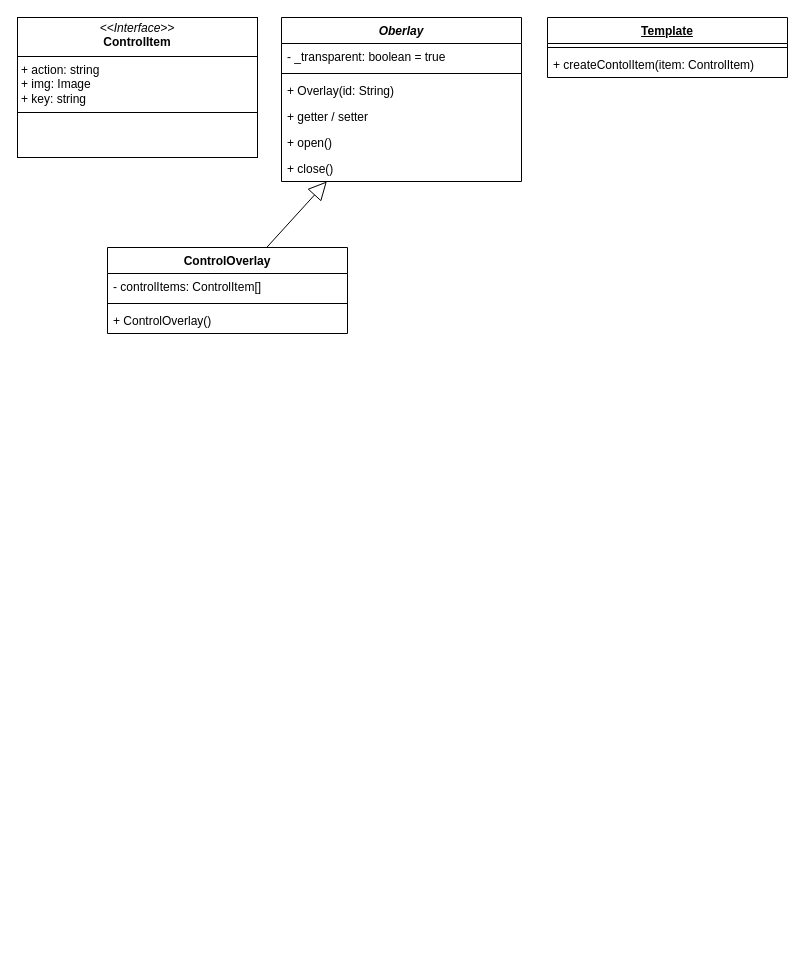
Above: docs/issue/136-diagram.drawio in elma1989/el-pollo-loco (draw.io), before the change. Source tidied: cells renumbered, new cells numbered last; positions are measured from the earlier drawing's top-left corner, leaving out a move shared by most shapes. Both pictures are drawn from the tidied source at 100%, with x=0, y=0 at pixel (17, 17).
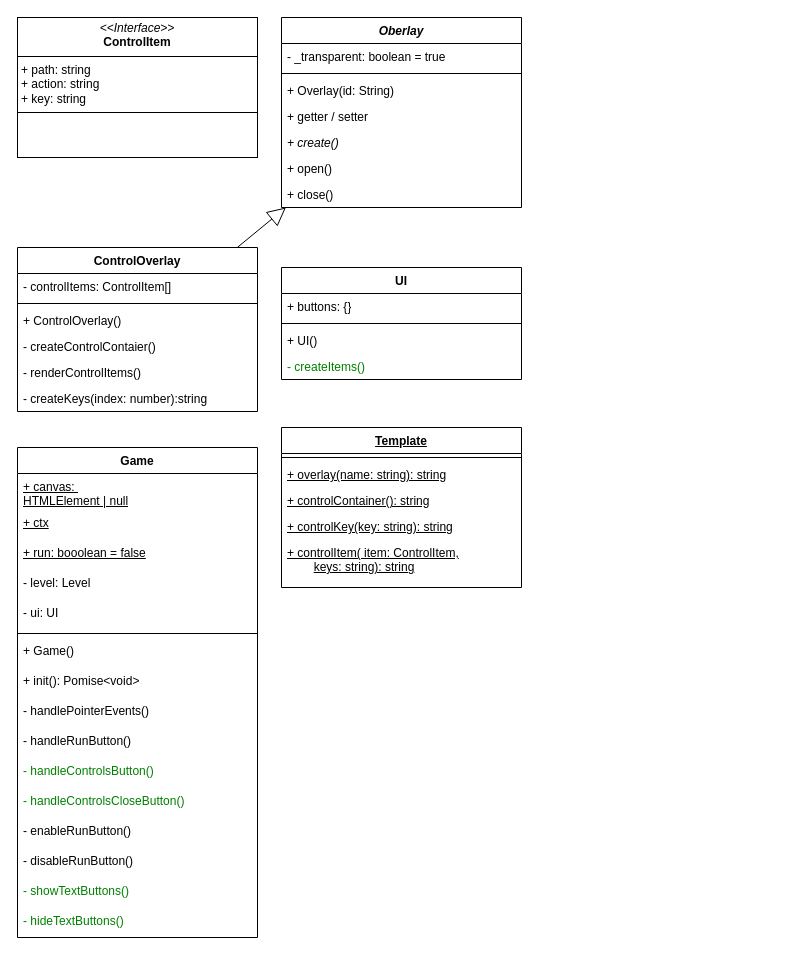
The same diagram, later.

The edit, as a diff of the source:
```diff
@@
     <mxCell id="2" value="Oberlay" style="swimlane;fontStyle=3;align=center;verticalAlign=top;horizontal=1;startSize=26;whiteSpace=wrap;html=1;" parent="1" vertex="1">
-      <mxGeometry x="264" width="240" height="164" as="geometry" />
+      <mxGeometry x="264" width="240" height="190" as="geometry" />
     </mxCell>
@@
+    <mxCell id="18" value="+ create()" style="text;strokeColor=none;fillColor=none;align=left;verticalAlign=top;spacingLeft=4;spacingRight=4;overflow=hidden;whiteSpace=wrap;html=1;fontStyle=2;" parent="2" vertex="1">
+      <mxGeometry y="112" width="240" height="26" as="geometry" />
+    </mxCell>
     <mxCell id="7" value="+ open()" style="text;strokeColor=none;fillColor=none;align=left;verticalAlign=top;spacingLeft=4;spacingRight=4;overflow=hidden;whiteSpace=wrap;html=1;" parent="2" vertex="1">
-      <mxGeometry y="112" width="240" height="26" as="geometry" />
+      <mxGeometry y="138" width="240" height="26" as="geometry" />
     </mxCell>
     <mxCell id="8" value="+ close()" style="text;strokeColor=none;fillColor=none;align=left;verticalAlign=top;spacingLeft=4;spacingRight=4;overflow=hidden;whiteSpace=wrap;html=1;" parent="2" vertex="1">
-      <mxGeometry y="138" width="240" height="26" as="geometry" />
+      <mxGeometry y="164" width="240" height="26" as="geometry" />
     </mxCell>
     <mxCell id="9" value="ControlOverlay" style="swimlane;fontStyle=1;align=center;verticalAlign=top;horizontal=1;startSize=26;whiteSpace=wrap;html=1;" parent="1" vertex="1">
-      <mxGeometry x="90" y="230" width="240" height="86" as="geometry" />
+      <mxGeometry y="230" width="240" height="164" as="geometry" />
     </mxCell>
@@
+    <mxCell id="19" value="- createControlContaier()" style="text;strokeColor=none;fillColor=none;align=left;verticalAlign=top;spacingLeft=4;spacingRight=4;overflow=hidden;whiteSpace=wrap;html=1;" parent="9" vertex="1">
+      <mxGeometry y="86" width="240" height="26" as="geometry" />
+    </mxCell>
+    <mxCell id="20" value="- renderControlItems()" style="text;strokeColor=none;fillColor=none;align=left;verticalAlign=top;spacingLeft=4;spacingRight=4;overflow=hidden;whiteSpace=wrap;html=1;" parent="9" vertex="1">
+      <mxGeometry y="112" width="240" height="26" as="geometry" />
+    </mxCell>
+    <mxCell id="21" value="- createKeys(index: number):string" style="text;strokeColor=none;fillColor=none;align=left;verticalAlign=top;spacingLeft=4;spacingRight=4;overflow=hidden;whiteSpace=wrap;html=1;" parent="9" vertex="1">
+      <mxGeometry y="138" width="240" height="26" as="geometry" />
+    </mxCell>
-    <mxCell id="13" value="&lt;p style=&quot;margin:0px;margin-top:4px;text-align:center;&quot;&gt;&lt;i&gt;&amp;lt;&amp;lt;Interface&amp;gt;&amp;gt;&lt;/i&gt;&lt;br&gt;&lt;b&gt;ControlItem&lt;/b&gt;&lt;/p&gt;&lt;hr size=&quot;1&quot; style=&quot;border-style:solid;&quot;&gt;&lt;p style=&quot;margin:0px;margin-left:4px;&quot;&gt;+ action: string&amp;nbsp;&lt;br&gt;+ img: Image&lt;/p&gt;&lt;p style=&quot;margin:0px;margin-left:4px;&quot;&gt;+ key: string&lt;/p&gt;&lt;hr size=&quot;1&quot; style=&quot;border-style:solid;&quot;&gt;&lt;p style=&quot;margin:0px;margin-left:4px;&quot;&gt;&lt;br&gt;&lt;/p&gt;" style="verticalAlign=top;align=left;overflow=fill;html=1;whiteSpace=wrap;" parent="1" vertex="1">
+    <mxCell id="13" value="&lt;p style=&quot;margin:0px;margin-top:4px;text-align:center;&quot;&gt;&lt;i&gt;&amp;lt;&amp;lt;Interface&amp;gt;&amp;gt;&lt;/i&gt;&lt;br&gt;&lt;b&gt;ControlItem&lt;/b&gt;&lt;/p&gt;&lt;hr size=&quot;1&quot; style=&quot;border-style:solid;&quot;&gt;&lt;p style=&quot;margin:0px;margin-left:4px;&quot;&gt;+ path: string&lt;/p&gt;&lt;p style=&quot;margin:0px;margin-left:4px;&quot;&gt;+ action: string&amp;nbsp;&lt;/p&gt;&lt;p style=&quot;margin:0px;margin-left:4px;&quot;&gt;&lt;span style=&quot;background-color: transparent; color: light-dark(rgb(0, 0, 0), rgb(255, 255, 255));&quot;&gt;+ key: string&lt;/span&gt;&lt;br&gt;&lt;/p&gt;&lt;hr size=&quot;1&quot; style=&quot;border-style:solid;&quot;&gt;&lt;p style=&quot;margin:0px;margin-left:4px;&quot;&gt;&lt;br&gt;&lt;/p&gt;" style="verticalAlign=top;align=left;overflow=fill;html=1;whiteSpace=wrap;" parent="1" vertex="1">
       <mxGeometry width="240" height="140" as="geometry" />
     </mxCell>
@@
     <mxCell id="15" value="Template" style="swimlane;fontStyle=5;align=center;verticalAlign=top;horizontal=1;startSize=26;whiteSpace=wrap;html=1;" parent="1" vertex="1">
-      <mxGeometry x="530" width="240" height="60" as="geometry" />
+      <mxGeometry x="264" y="410" width="240" height="160" as="geometry" />
     </mxCell>
@@
-    <mxCell id="17" value="+ createContolItem(item: ControlItem)" style="text;strokeColor=none;fillColor=none;align=left;verticalAlign=top;spacingLeft=4;spacingRight=4;overflow=hidden;whiteSpace=wrap;html=1;" parent="15" vertex="1">
+    <mxCell id="17" value="+ overlay(name: string): string" style="text;strokeColor=none;fillColor=none;align=left;verticalAlign=top;spacingLeft=4;spacingRight=4;overflow=hidden;whiteSpace=wrap;html=1;fontStyle=4;" parent="15" vertex="1">
       <mxGeometry y="34" width="240" height="26" as="geometry" />
     </mxCell>
+    <mxCell id="22" value="+ controlContainer(): string" style="text;strokeColor=none;fillColor=none;align=left;verticalAlign=top;spacingLeft=4;spacingRight=4;overflow=hidden;whiteSpace=wrap;html=1;fontStyle=4;" parent="15" vertex="1">
+      <mxGeometry y="60" width="240" height="26" as="geometry" />
+    </mxCell>
+    <mxCell id="23" value="+ controlKey(key: string): string" style="text;strokeColor=none;fillColor=none;align=left;verticalAlign=top;spacingLeft=4;spacingRight=4;overflow=hidden;whiteSpace=wrap;html=1;fontStyle=4;" parent="15" vertex="1">
+      <mxGeometry y="86" width="240" height="26" as="geometry" />
+    </mxCell>
+    <mxCell id="24" value="+ controlItem( item: ControlItem,&lt;div&gt;&lt;span style=&quot;white-space: pre;&quot;&gt;&#9;&lt;/span&gt;keys: string): string&lt;br&gt;&lt;/div&gt;" style="text;strokeColor=none;fillColor=none;align=left;verticalAlign=top;spacingLeft=4;spacingRight=4;overflow=hidden;whiteSpace=wrap;html=1;fontStyle=4;" parent="15" vertex="1">
+      <mxGeometry y="112" width="240" height="48" as="geometry" />
+    </mxCell>
+    <mxCell id="25" value="UI" style="swimlane;fontStyle=1;align=center;verticalAlign=top;horizontal=1;startSize=26;whiteSpace=wrap;html=1;strokeColor=default;" parent="1" vertex="1">
+      <mxGeometry x="264" y="250" width="240" height="112" as="geometry" />
+    </mxCell>
+    <mxCell id="26" value="+ buttons: {}" style="text;strokeColor=none;fillColor=none;align=left;verticalAlign=top;spacingLeft=4;spacingRight=4;overflow=hidden;whiteSpace=wrap;html=1;fontStyle=0;" parent="25" vertex="1">
+      <mxGeometry y="26" width="240" height="26" as="geometry" />
+    </mxCell>
+    <mxCell id="27" style="line;strokeWidth=1;fillColor=none;align=left;verticalAlign=middle;spacingTop=-1;spacingLeft=3;spacingRight=3;labelPosition=right;strokeColor=inherit;" parent="25" vertex="1">
+      <mxGeometry y="52" width="240" height="8" as="geometry" />
+    </mxCell>
+    <mxCell id="28" value="+ UI()" style="text;strokeColor=none;fillColor=none;align=left;verticalAlign=top;spacingLeft=4;spacingRight=4;overflow=hidden;whiteSpace=wrap;html=1;" parent="25" vertex="1">
+      <mxGeometry y="60" width="240" height="26" as="geometry" />
+    </mxCell>
+    <mxCell id="29" value="- createItems()" style="text;strokeColor=none;fillColor=none;align=left;verticalAlign=top;spacingLeft=4;spacingRight=4;overflow=hidden;whiteSpace=wrap;html=1;fontColor=light-dark(#008000,#80FF80);" parent="25" vertex="1">
+      <mxGeometry y="86" width="240" height="26" as="geometry" />
+    </mxCell>
+    <mxCell id="30" value="Game" style="swimlane;fontStyle=1;align=center;verticalAlign=top;horizontal=1;startSize=26;whiteSpace=wrap;html=1;" parent="1" vertex="1">
+      <mxGeometry y="430" width="240" height="490" as="geometry" />
+    </mxCell>
+    <mxCell id="31" value="+ canvas:&amp;nbsp;&lt;div&gt;HTMLElement | null&lt;/div&gt;" style="text;strokeColor=none;fillColor=none;align=left;verticalAlign=top;spacingLeft=4;spacingRight=4;overflow=hidden;whiteSpace=wrap;html=1;fontStyle=4;" parent="30" vertex="1">
+      <mxGeometry y="26" width="240" height="36" as="geometry" />
+    </mxCell>
+    <mxCell id="32" value="+ ctx" style="text;strokeColor=none;fillColor=none;align=left;verticalAlign=top;spacingLeft=4;spacingRight=4;overflow=hidden;whiteSpace=wrap;html=1;fontStyle=4;" parent="30" vertex="1">
+      <mxGeometry y="62" width="240" height="30" as="geometry" />
+    </mxCell>
+    <mxCell id="33" value="+ run: booolean = false" style="text;strokeColor=none;fillColor=none;align=left;verticalAlign=top;spacingLeft=4;spacingRight=4;overflow=hidden;whiteSpace=wrap;html=1;fontStyle=4;" parent="30" vertex="1">
+      <mxGeometry y="92" width="240" height="30" as="geometry" />
+    </mxCell>
+    <mxCell id="34" value="- level: Level" style="text;strokeColor=none;fillColor=none;align=left;verticalAlign=top;spacingLeft=4;spacingRight=4;overflow=hidden;whiteSpace=wrap;html=1;fontStyle=0;fontColor=default;" parent="30" vertex="1">
+      <mxGeometry y="122" width="240" height="30" as="geometry" />
+    </mxCell>
+    <mxCell id="35" value="- ui: UI" style="text;strokeColor=none;fillColor=none;align=left;verticalAlign=top;spacingLeft=4;spacingRight=4;overflow=hidden;whiteSpace=wrap;html=1;fontStyle=0;fontColor=default;" parent="30" vertex="1">
+      <mxGeometry y="152" width="240" height="30" as="geometry" />
+    </mxCell>
+    <mxCell id="36" style="line;strokeWidth=1;fillColor=none;align=left;verticalAlign=middle;spacingTop=-1;spacingLeft=3;spacingRight=3;labelPosition=right;strokeColor=inherit;" parent="30" vertex="1">
+      <mxGeometry y="182" width="240" height="8" as="geometry" />
+    </mxCell>
+    <mxCell id="37" value="+ Game()" style="text;strokeColor=none;fillColor=none;align=left;verticalAlign=top;spacingLeft=4;spacingRight=4;overflow=hidden;whiteSpace=wrap;html=1;fontStyle=0;fontColor=default;" parent="30" vertex="1">
+      <mxGeometry y="190" width="240" height="30" as="geometry" />
+    </mxCell>
+    <mxCell id="38" value="+ init(): Pomise&amp;lt;void&amp;gt;" style="text;strokeColor=none;fillColor=none;align=left;verticalAlign=top;spacingLeft=4;spacingRight=4;overflow=hidden;whiteSpace=wrap;html=1;fontStyle=0;fontColor=default;" parent="30" vertex="1">
+      <mxGeometry y="220" width="240" height="30" as="geometry" />
+    </mxCell>
+    <mxCell id="39" value="- handlePointerEvents()" style="text;strokeColor=none;fillColor=none;align=left;verticalAlign=top;spacingLeft=4;spacingRight=4;overflow=hidden;whiteSpace=wrap;html=1;fontStyle=0;fontColor=default;" parent="30" vertex="1">
+      <mxGeometry y="250" width="240" height="30" as="geometry" />
+    </mxCell>
+    <mxCell id="40" value="- handleRunButton()" style="text;strokeColor=none;fillColor=none;align=left;verticalAlign=top;spacingLeft=4;spacingRight=4;overflow=hidden;whiteSpace=wrap;html=1;fontStyle=0;fontColor=default;" parent="30" vertex="1">
+      <mxGeometry y="280" width="240" height="30" as="geometry" />
+    </mxCell>
+    <mxCell id="41" value="- handleControlsButton()" style="text;strokeColor=none;fillColor=none;align=left;verticalAlign=top;spacingLeft=4;spacingRight=4;overflow=hidden;whiteSpace=wrap;html=1;fontStyle=0;fontColor=light-dark(#008000,#80FF80);" parent="30" vertex="1">
+      <mxGeometry y="310" width="240" height="30" as="geometry" />
+    </mxCell>
+    <mxCell id="42" value="- handleControlsCloseButton()" style="text;strokeColor=none;fillColor=none;align=left;verticalAlign=top;spacingLeft=4;spacingRight=4;overflow=hidden;whiteSpace=wrap;html=1;fontStyle=0;fontColor=light-dark(#008000,#80FF80);" parent="30" vertex="1">
+      <mxGeometry y="340" width="240" height="30" as="geometry" />
+    </mxCell>
+    <mxCell id="43" value="- enableRunButton()" style="text;strokeColor=none;fillColor=none;align=left;verticalAlign=top;spacingLeft=4;spacingRight=4;overflow=hidden;whiteSpace=wrap;html=1;fontStyle=0;fontColor=default;" parent="30" vertex="1">
+      <mxGeometry y="370" width="240" height="30" as="geometry" />
+    </mxCell>
+    <mxCell id="44" value="- disableRunButton()" style="text;strokeColor=none;fillColor=none;align=left;verticalAlign=top;spacingLeft=4;spacingRight=4;overflow=hidden;whiteSpace=wrap;html=1;fontStyle=0;fontColor=default;" parent="30" vertex="1">
+      <mxGeometry y="400" width="240" height="30" as="geometry" />
+    </mxCell>
+    <mxCell id="45" value="- showTextButtons()" style="text;strokeColor=none;fillColor=none;align=left;verticalAlign=top;spacingLeft=4;spacingRight=4;overflow=hidden;whiteSpace=wrap;html=1;fontStyle=0;fontColor=light-dark(#008000,#80FF80);" parent="30" vertex="1">
+      <mxGeometry y="430" width="240" height="30" as="geometry" />
+    </mxCell>
+    <mxCell id="46" value="- hideTextButtons()" style="text;strokeColor=none;fillColor=none;align=left;verticalAlign=top;spacingLeft=4;spacingRight=4;overflow=hidden;whiteSpace=wrap;html=1;fontStyle=0;fontColor=light-dark(#008000,#80FF80);" parent="30" vertex="1">
+      <mxGeometry y="460" width="240" height="30" as="geometry" />
+    </mxCell>
```
